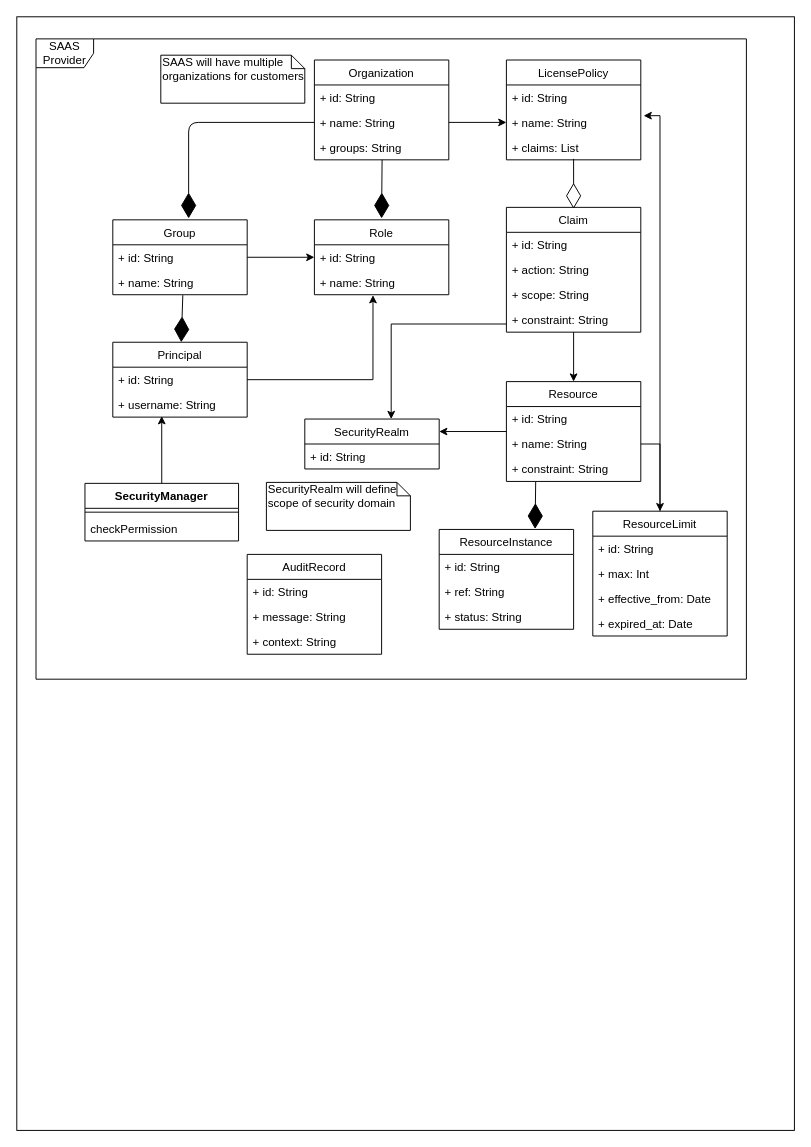
Earlier version of the draw.io diagram images/uml.drawio (bhatti/saas_rbac). Source tidied: cells renumbered, new cells numbered last; positions are measured from the earlier drawing's top-left corner, leaving out a move shared by most shapes. Both pictures are drawn from the tidied source at 96%, with x=0, y=0 at pixel (16, 16).
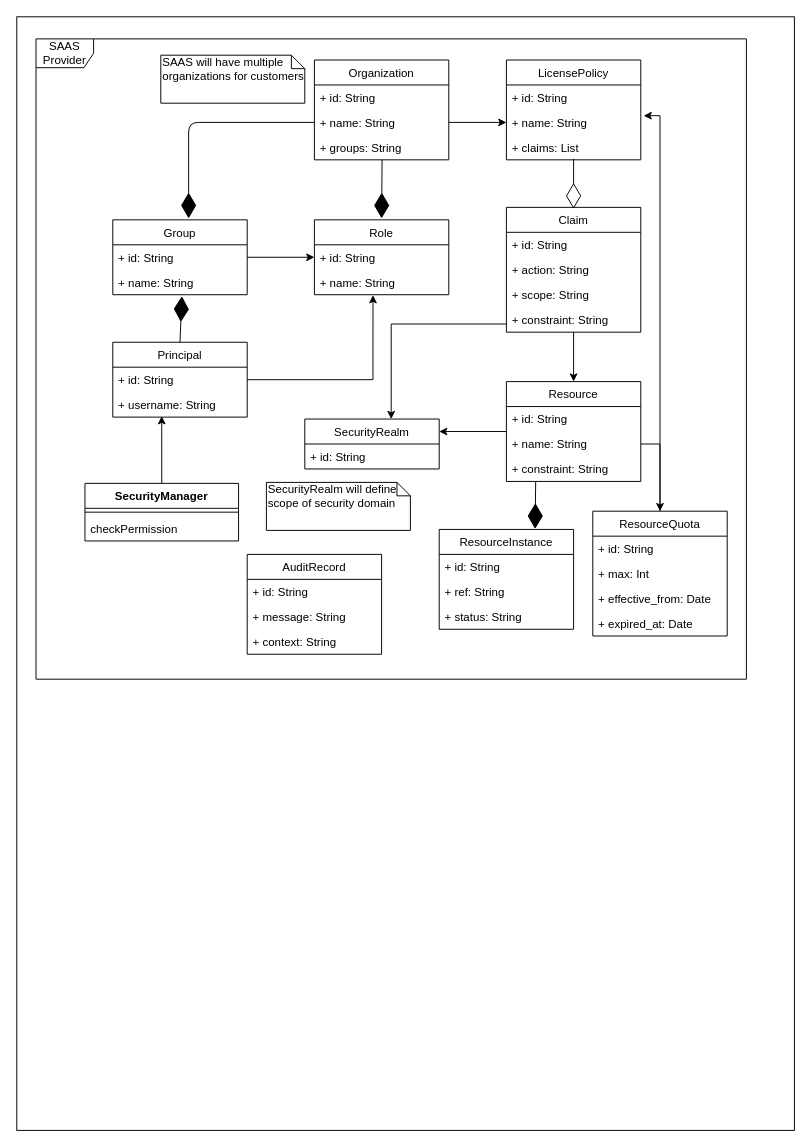
The same diagram, later.

Unchanged cells that the change refers to:
```xml
<mxCell id="6" value="Principal" style="swimlane;fontStyle=0;horizontal=1;startSize=26;fillColor=none;" parent="1" vertex="1">
  <mxGeometry x="100" y="339" width="140" height="78" as="geometry" />
</mxCell>
<mxCell id="20" value="+ name: String" style="text;strokeColor=none;fillColor=none;align=left;verticalAlign=top;spacingLeft=4;spacingRight=4;overflow=hidden;points=[[0,0.5],[1,0.5]];portConstraint=eastwest;" parent="18" vertex="1">
  <mxGeometry y="52" width="140" height="26" as="geometry" />
</mxCell>
```

Change to the diagram source:
```diff
@@
-    <mxCell id="30" style="endArrow=diamondThin;endFill=1;endSize=24;html=1;exitX=0.521;exitY=1.019;exitDx=0;exitDy=0;exitPerimeter=0;" parent="1" edge="1" source="20" target="6">
-      <mxGeometry relative="1" as="geometry" />
-    </mxCell>
@@
-    <mxCell id="43" value="ResourceLimit" style="swimlane;fontStyle=0;horizontal=1;startSize=26;fillColor=none;" parent="1" vertex="1">
+    <mxCell id="43" value="ResourceQuota" style="swimlane;fontStyle=0;horizontal=1;startSize=26;fillColor=none;" parent="1" vertex="1">
       <mxGeometry x="600" y="515" width="140" height="130" as="geometry" />
     </mxCell>
@@
+    <mxCell id="64" style="endArrow=diamondThin;endFill=1;endSize=24;html=1;exitX=0.5;exitY=0;exitDx=0;exitDy=0;entryX=0.514;entryY=1.058;entryDx=0;entryDy=0;entryPerimeter=0;" parent="1" edge="1" source="6" target="20">
+      <mxGeometry relative="1" as="geometry" />
+    </mxCell>
```
